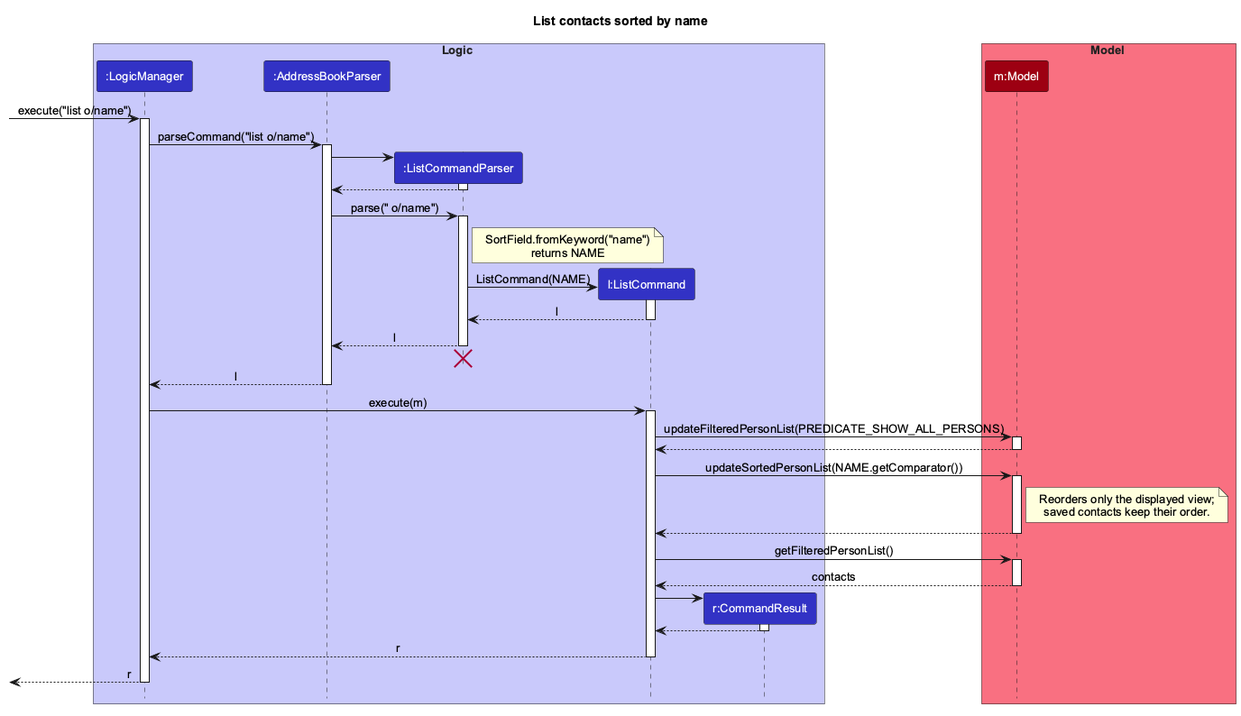
Before: docs/images/ListSortSequenceDiagram.png, a diagram exported from PlantUML (AY2627S1-CS2103T-W11-2/tp).
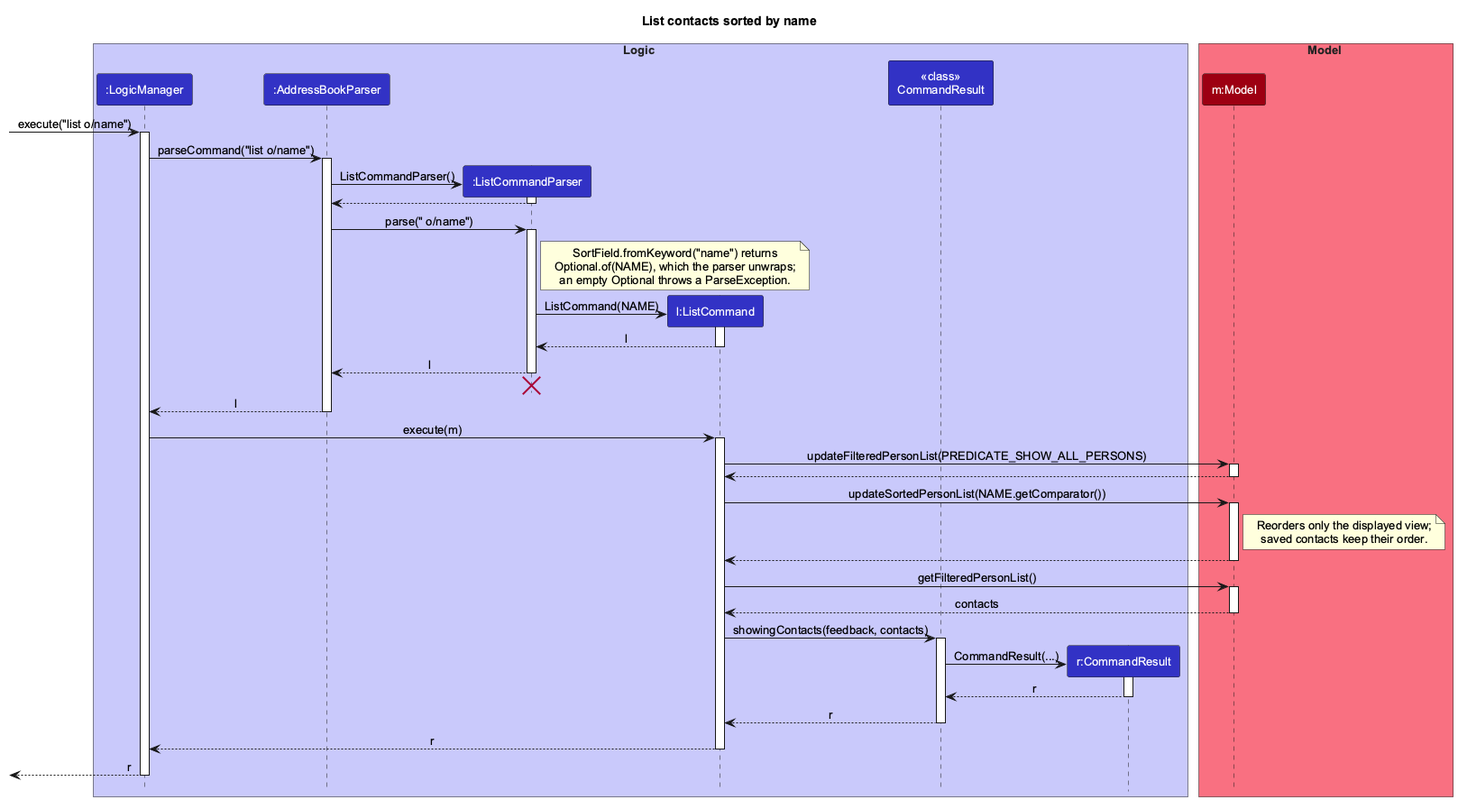
The same file after the commit.

What changed in the source:
```diff
@@ -13,6 +13,7 @@
 participant ":AddressBookParser" as AddressBookParser LOGIC_COLOR
 participant ":ListCommandParser" as ListCommandParser LOGIC_COLOR
 participant "l:ListCommand" as ListCommand LOGIC_COLOR
+participant "<<class>>\nCommandResult" as CommandResultClass LOGIC_COLOR
 participant "r:CommandResult" as CommandResult LOGIC_COLOR
 end box
 
@@ -26,14 +27,14 @@
 activate AddressBookParser
 
 create ListCommandParser
-AddressBookParser -> ListCommandParser
+AddressBookParser -> ListCommandParser : ListCommandParser()
 activate ListCommandParser
 ListCommandParser --> AddressBookParser
 deactivate ListCommandParser
 
 AddressBookParser -> ListCommandParser : parse(" o/name")
 activate ListCommandParser
-note right of ListCommandParser: SortField.fromKeyword("name")\nreturns NAME
+note right of ListCommandParser: SortField.fromKeyword("name") returns\nOptional.of(NAME), which the parser unwraps;\nan empty Optional throws a ParseException.
 
 create ListCommand
 ListCommandParser -> ListCommand : ListCommand(NAME)
@@ -66,11 +67,15 @@
 Model --> ListCommand : contacts
 deactivate Model
 
+ListCommand -> CommandResultClass : showingContacts(feedback, contacts)
+activate CommandResultClass
 create CommandResult
-ListCommand -> CommandResult
+CommandResultClass -> CommandResult : CommandResult(...)
 activate CommandResult
-CommandResult --> ListCommand
+CommandResult --> CommandResultClass : r
 deactivate CommandResult
+CommandResultClass --> ListCommand : r
+deactivate CommandResultClass
 
 ListCommand --> LogicManager : r
 deactivate ListCommand
```
